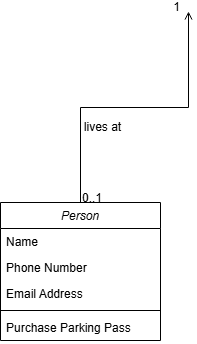
AmandaKado/faculdadeUninterADS keeps this draw.io diagram as analise-de-sistemas/Diagrama sem nome.drawio.png. Above is the earlier version. Source tidied: cells renumbered, new cells last; positions are measured from the earlier drawing's top-left corner, leaving out a move shared by most shapes.
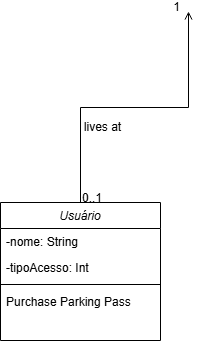
After the change.

Diff of the diagram source:
```diff
@@ -2,23 +2,20 @@
   <root>
     <mxCell id="0" />
     <mxCell id="1" parent="0" />
-    <mxCell id="2" value="Person" style="swimlane;fontStyle=2;align=center;verticalAlign=top;horizontal=1;startSize=26;rounded=0;shadow=0;strokeWidth=1;" parent="1" vertex="1">
+    <mxCell id="2" value="Usuário" style="swimlane;fontStyle=2;align=center;verticalAlign=top;horizontal=1;startSize=26;rounded=0;shadow=0;strokeWidth=1;" parent="1" vertex="1">
       <mxGeometry y="191" width="160" height="138" as="geometry" />
     </mxCell>
-    <mxCell id="3" value="Name" style="text;align=left;verticalAlign=top;spacingLeft=4;spacingRight=4;overflow=hidden;" parent="2" vertex="1">
+    <mxCell id="3" value="-nome: String" style="text;align=left;verticalAlign=top;spacingLeft=4;spacingRight=4;overflow=hidden;" parent="2" vertex="1">
       <mxGeometry y="26" width="160" height="26" as="geometry" />
     </mxCell>
-    <mxCell id="4" value="Phone Number" style="text;align=left;verticalAlign=top;spacingLeft=4;spacingRight=4;overflow=hidden;rounded=0;shadow=0;html=0;" parent="2" vertex="1">
+    <mxCell id="4" value="-tipoAcesso: Int" style="text;align=left;verticalAlign=top;spacingLeft=4;spacingRight=4;overflow=hidden;rounded=0;shadow=0;html=0;" parent="2" vertex="1">
       <mxGeometry y="52" width="160" height="26" as="geometry" />
     </mxCell>
-    <mxCell id="5" value="Email Address" style="text;align=left;verticalAlign=top;spacingLeft=4;spacingRight=4;overflow=hidden;rounded=0;shadow=0;html=0;" parent="2" vertex="1">
-      <mxGeometry y="78" width="160" height="26" as="geometry" />
-    </mxCell>
     <mxCell id="6" style="line;html=1;strokeWidth=1;align=left;verticalAlign=middle;spacingTop=-1;spacingLeft=3;spacingRight=3;labelPosition=right;" parent="2" vertex="1">
-      <mxGeometry y="104" width="160" height="8" as="geometry" />
+      <mxGeometry y="78" width="160" height="8" as="geometry" />
     </mxCell>
     <mxCell id="7" value="Purchase Parking Pass" style="text;align=left;verticalAlign=top;spacingLeft=4;spacingRight=4;overflow=hidden;" parent="2" vertex="1">
-      <mxGeometry y="112" width="160" height="26" as="geometry" />
+      <mxGeometry y="86" width="160" height="26" as="geometry" />
     </mxCell>
     <mxCell id="8" style="endArrow=open;shadow=0;strokeWidth=1;rounded=0;curved=0;endFill=1;edgeStyle=elbowEdgeStyle;elbow=vertical;" parent="1" edge="1" source="2">
       <mxGeometry x="0.5" y="41" relative="1" as="geometry">
```
